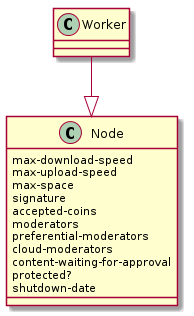
wetube/bitcloud keeps this PlantUML diagram as img/node-class.png. Above is the earlier version. Source of this version:
```plantuml
@startuml
class Node {
     max-download-speed
      max-upload-speed
      max-space
      signature
      accepted-coins
      moderators
      preferential-moderators
      cloud-moderators
      content-waiting-for-approval
      protected?
      shutdown-date
}
Worker --|> Node
@enduml
```
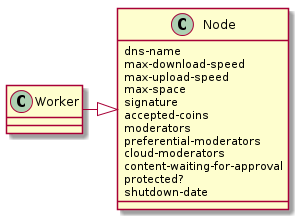
The same file after the commit.

Diff of the diagram source:
```diff
@@ -1,16 +1,17 @@
 @startuml
 class Node {
-     max-download-speed
-      max-upload-speed
-      max-space
-      signature
-      accepted-coins
-      moderators
-      preferential-moderators
-      cloud-moderators
-      content-waiting-for-approval
-      protected?
-      shutdown-date
+ dns-name
+ max-download-speed
+ max-upload-speed
+ max-space
+ signature
+ accepted-coins
+ moderators
+ preferential-moderators
+ cloud-moderators
+ content-waiting-for-approval
+ protected?
+ shutdown-date
 }
-Worker --|> Node
+Worker -right-|> Node
 @enduml
```
